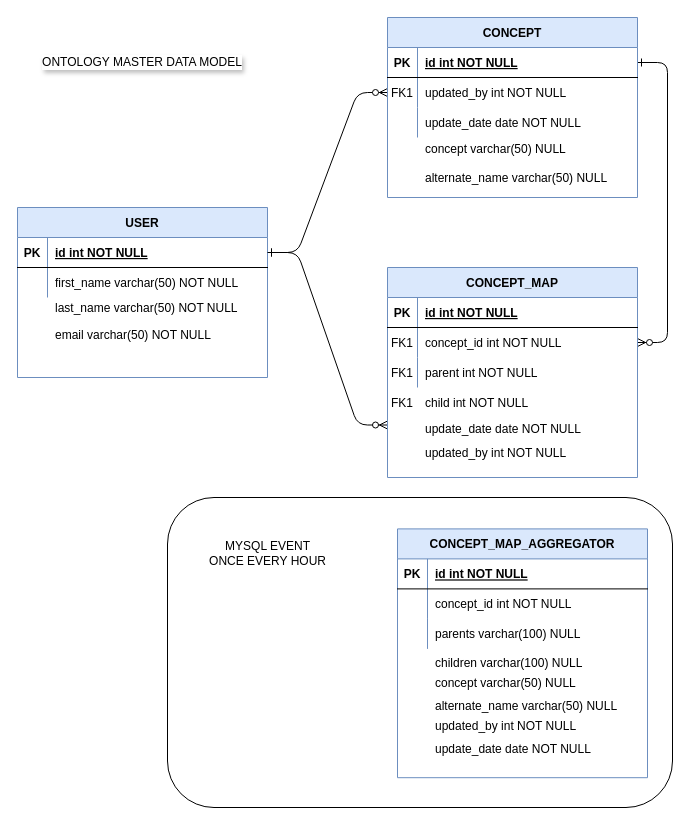
Before: entity-relationship.drawio in desourav/on-man, a draw.io diagram. Source tidied: cells renumbered, new cells numbered last; positions are measured from the earlier drawing's top-left corner, leaving out a move shared by most shapes. Both pictures are drawn from the tidied source at 100%, with x=0, y=0 at pixel (17, 17).
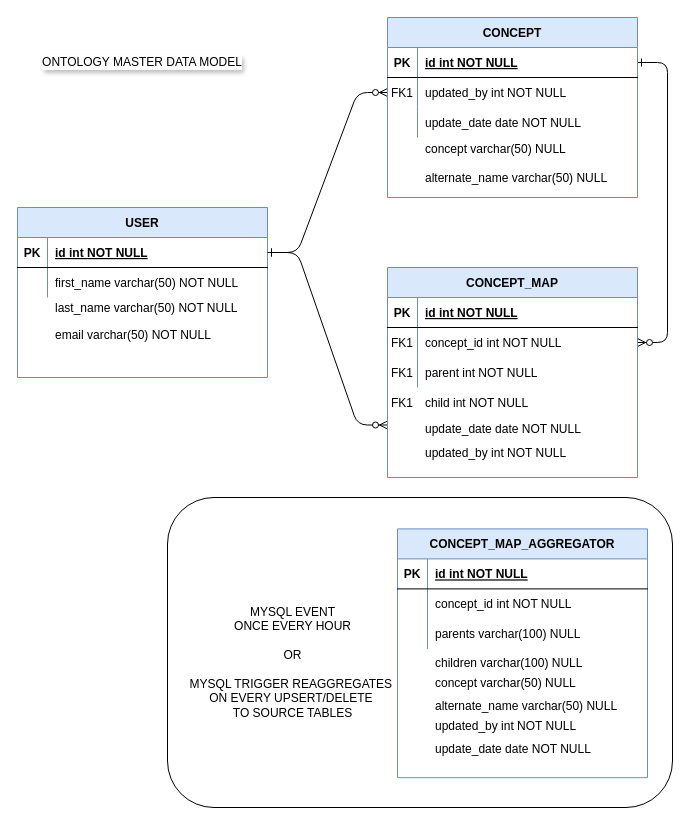
After the change.

The edit, as a diff of the source:
```diff
@@
-    <mxCell id="48" value="MYSQL EVENT&lt;div&gt;ONCE EVERY HOUR&lt;/div&gt;" style="text;html=1;align=center;verticalAlign=middle;strokeColor=none;fillColor=none;" parent="1" vertex="1">
-      <mxGeometry x="180" y="516.2" width="140" height="40" as="geometry" />
+    <mxCell id="48" value="MYSQL EVENT&lt;div&gt;ONCE EVERY HOUR&lt;/div&gt;&lt;div&gt;&lt;br&gt;&lt;/div&gt;&lt;div&gt;OR&lt;/div&gt;&lt;div&gt;&lt;br&gt;&lt;/div&gt;&lt;div&gt;MYSQL TRIGGER REAGGREGATES&amp;nbsp;&lt;/div&gt;&lt;div&gt;ON EVERY UPSERT/DELETE&amp;nbsp;&lt;/div&gt;&lt;div&gt;TO SOURCE TABLES&lt;/div&gt;" style="text;html=1;align=center;verticalAlign=middle;strokeColor=none;fillColor=none;" parent="1" vertex="1">
+      <mxGeometry x="160" y="580" width="230" height="130" as="geometry" />
     </mxCell>
```
